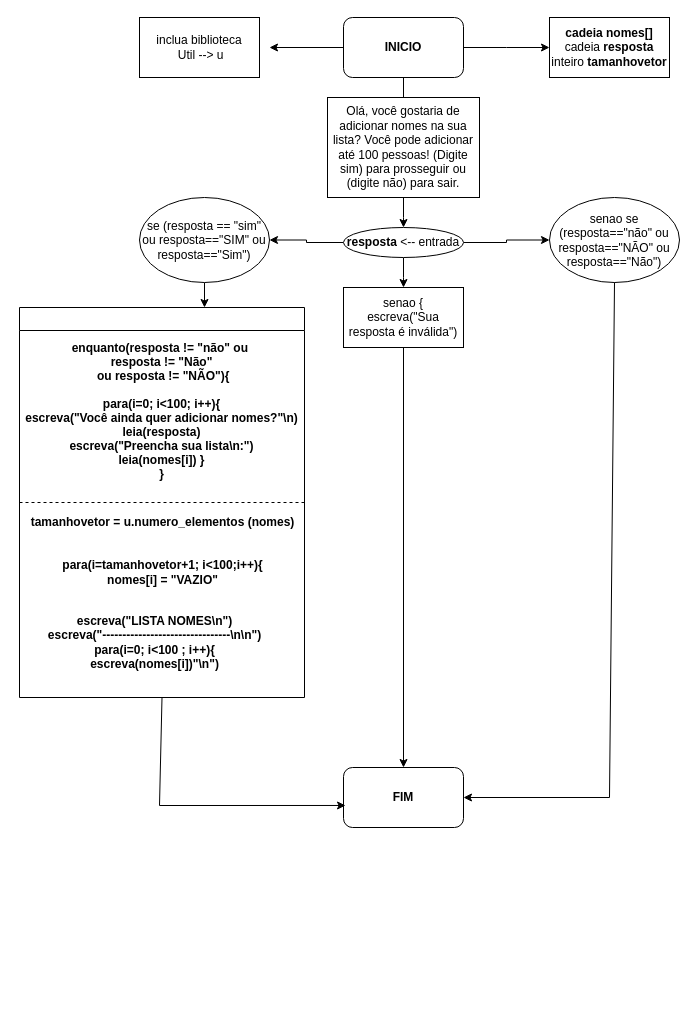
Before: VETOR_lista.drawio in Matheuslbcosta02/diagramas_pdf, a draw.io diagram. Source tidied: cells renumbered, new cells numbered last; positions are measured from the earlier drawing's top-left corner, leaving out a move shared by most shapes. Both pictures are drawn from the tidied source at 100%, with x=0, y=0 at pixel (17, 17).
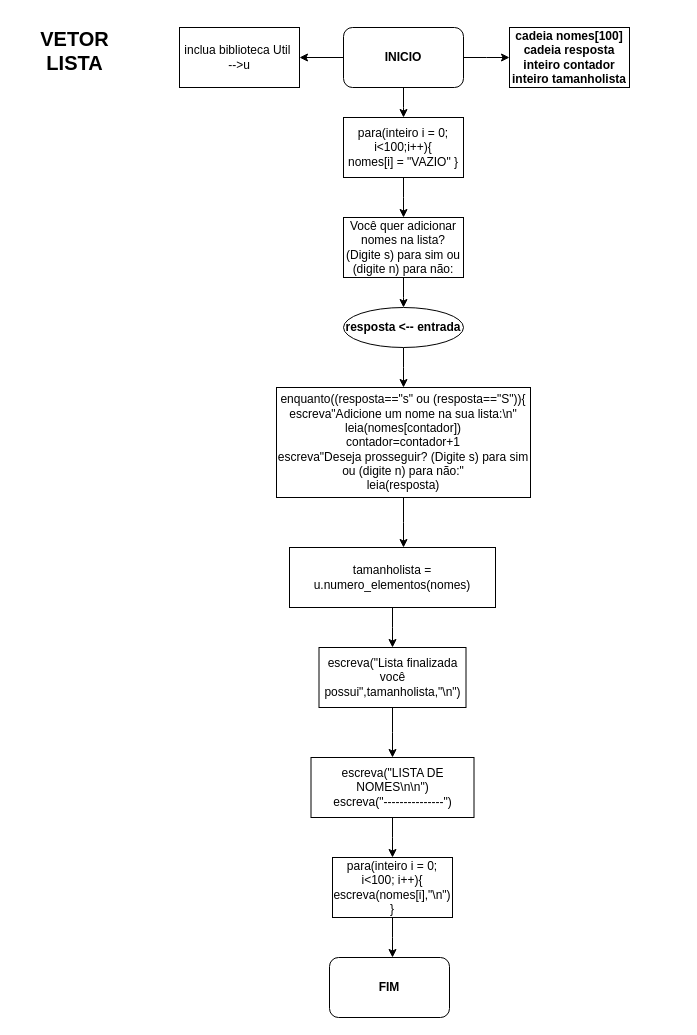
The same page after the edit.

Change to the diagram source:
```diff
@@
-    <mxCell id="2" style="edgeStyle=orthogonalEdgeStyle;rounded=0;jettySize=auto;html=1;" parent="1" edge="1" source="5">
-      <mxGeometry relative="1" as="geometry">
-        <mxPoint x="532" y="30" as="targetPoint" />
-      </mxGeometry>
-    </mxCell>
-    <mxCell id="3" style="edgeStyle=orthogonalEdgeStyle;rounded=0;jettySize=auto;html=1;" parent="1" edge="1" source="5">
-      <mxGeometry relative="1" as="geometry">
-        <mxPoint x="386" y="90" as="targetPoint" />
-      </mxGeometry>
-    </mxCell>
-    <mxCell id="4" style="edgeStyle=orthogonalEdgeStyle;rounded=0;jettySize=auto;html=1;" parent="1" edge="1" source="5">
-      <mxGeometry relative="1" as="geometry">
-        <mxPoint x="252" y="30" as="targetPoint" />
-      </mxGeometry>
-    </mxCell>
+    <mxCell id="27" style="edgeStyle=orthogonalEdgeStyle;rounded=0;jettySize=auto;html=1;" parent="1" edge="1" source="5">
+      <mxGeometry relative="1" as="geometry">
+        <mxPoint x="492" y="40" as="targetPoint" />
+      </mxGeometry>
+    </mxCell>
+    <mxCell id="28" style="edgeStyle=orthogonalEdgeStyle;rounded=0;jettySize=auto;html=1;" parent="1" edge="1" source="5">
+      <mxGeometry relative="1" as="geometry">
+        <mxPoint x="282" y="40" as="targetPoint" />
+      </mxGeometry>
+    </mxCell>
+    <mxCell id="29" style="edgeStyle=orthogonalEdgeStyle;rounded=0;jettySize=auto;html=1;" parent="1" edge="1" source="5">
+      <mxGeometry relative="1" as="geometry">
+        <mxPoint x="386" y="100" as="targetPoint" />
+      </mxGeometry>
+    </mxCell>
     <mxCell id="5" value="&lt;b&gt;INICIO&lt;/b&gt;" style="rounded=1;whiteSpace=wrap;html=1;" parent="1" vertex="1">
-      <mxGeometry x="326" width="120" height="60" as="geometry" />
+      <mxGeometry x="326" y="10" width="120" height="60" as="geometry" />
     </mxCell>
-    <mxCell id="6" value="&lt;b&gt;cadeia nomes[]&lt;/b&gt;&lt;div&gt;cadeia &lt;b&gt;resposta&lt;/b&gt;&lt;/div&gt;&lt;div&gt;inteiro &lt;b&gt;tamanhovetor&lt;/b&gt;&lt;/div&gt;" style="rounded=0;whiteSpace=wrap;html=1;" parent="1" vertex="1">
-      <mxGeometry x="532" width="120" height="60" as="geometry" />
-    </mxCell>
-    <mxCell id="7" style="edgeStyle=orthogonalEdgeStyle;rounded=0;jettySize=auto;html=1;" parent="1" edge="1" source="8">
-      <mxGeometry relative="1" as="geometry">
-        <mxPoint x="386" y="210" as="targetPoint" />
-      </mxGeometry>
-    </mxCell>
-    <mxCell id="8" value="Olá, você gostaria de adicionar nomes na sua lista? Você pode adicionar até 100 pessoas! (Digite sim) para prosseguir ou (digite não) para sair." style="rounded=0;whiteSpace=wrap;html=1;" parent="1" vertex="1">
-      <mxGeometry x="310" y="80" width="152" height="100" as="geometry" />
-    </mxCell>
-    <mxCell id="9" style="edgeStyle=orthogonalEdgeStyle;rounded=0;jettySize=auto;html=1;" parent="1" edge="1" source="10">
-      <mxGeometry relative="1" as="geometry">
-        <mxPoint x="187" y="290" as="targetPoint" />
-      </mxGeometry>
-    </mxCell>
-    <mxCell id="10" value="se (resposta == &quot;sim&quot; ou resposta==&quot;SIM&quot; ou resposta==&quot;Sim&quot;)" style="ellipse;whiteSpace=wrap;html=1;" parent="1" vertex="1">
-      <mxGeometry x="122" y="180" width="130" height="85" as="geometry" />
-    </mxCell>
-    <mxCell id="11" style="edgeStyle=orthogonalEdgeStyle;rounded=0;jettySize=auto;html=1;" parent="1" edge="1" source="14" target="15">
-      <mxGeometry relative="1" as="geometry" />
-    </mxCell>
-    <mxCell id="12" style="edgeStyle=orthogonalEdgeStyle;rounded=0;jettySize=auto;html=1;entryX=1;entryY=0.5;entryDx=0;entryDy=0;" parent="1" edge="1" source="14" target="10">
-      <mxGeometry relative="1" as="geometry" />
-    </mxCell>
-    <mxCell id="13" style="edgeStyle=orthogonalEdgeStyle;rounded=0;jettySize=auto;html=1;" parent="1" edge="1" source="14">
-      <mxGeometry relative="1" as="geometry">
-        <mxPoint x="386" y="270" as="targetPoint" />
-      </mxGeometry>
-    </mxCell>
+    <mxCell id="30" value="&lt;b&gt;cadeia nomes[100]&lt;/b&gt;&lt;div&gt;&lt;b&gt;cadeia resposta&lt;/b&gt;&lt;/div&gt;&lt;div&gt;&lt;b&gt;inteiro contador&lt;/b&gt;&lt;/div&gt;&lt;div&gt;&lt;b&gt;inteiro tamanholista&lt;/b&gt;&lt;/div&gt;" style="rounded=0;whiteSpace=wrap;html=1;" parent="1" vertex="1">
+      <mxGeometry x="492" y="10" width="120" height="60" as="geometry" />
+    </mxCell>
+    <mxCell id="31" value="inclua biblioteca Util&amp;nbsp;&lt;div&gt;--&amp;gt;u&lt;/div&gt;" style="rounded=0;whiteSpace=wrap;html=1;" parent="1" vertex="1">
+      <mxGeometry x="162" y="10" width="120" height="60" as="geometry" />
+    </mxCell>
+    <mxCell id="32" style="edgeStyle=orthogonalEdgeStyle;rounded=0;jettySize=auto;html=1;" parent="1" edge="1" source="33">
+      <mxGeometry relative="1" as="geometry">
+        <mxPoint x="386" y="200" as="targetPoint" />
+      </mxGeometry>
+    </mxCell>
+    <mxCell id="33" value="para(inteiro i = 0; i&amp;lt;100;i++){&lt;div&gt;nomes[i] = &quot;VAZIO&quot; }&lt;/div&gt;" style="rounded=0;whiteSpace=wrap;html=1;" parent="1" vertex="1">
+      <mxGeometry x="326" y="100" width="120" height="60" as="geometry" />
+    </mxCell>
+    <mxCell id="34" style="edgeStyle=orthogonalEdgeStyle;rounded=0;jettySize=auto;html=1;" parent="1" edge="1" source="35">
+      <mxGeometry relative="1" as="geometry">
+        <mxPoint x="386" y="290" as="targetPoint" />
+      </mxGeometry>
+    </mxCell>
+    <mxCell id="35" value="Você quer adicionar nomes na lista? (Digite s) para sim ou (digite n) para não:" style="rounded=0;whiteSpace=wrap;html=1;" parent="1" vertex="1">
+      <mxGeometry x="326" y="200" width="120" height="60" as="geometry" />
+    </mxCell>
+    <mxCell id="36" style="edgeStyle=orthogonalEdgeStyle;rounded=0;jettySize=auto;html=1;" parent="1" edge="1" source="14">
+      <mxGeometry relative="1" as="geometry">
+        <mxPoint x="386" y="370" as="targetPoint" />
+      </mxGeometry>
+    </mxCell>
-    <mxCell id="14" value="&lt;b&gt;resposta &lt;/b&gt;&amp;lt;-- entrada" style="ellipse;whiteSpace=wrap;html=1;" parent="1" vertex="1">
-      <mxGeometry x="326" y="210" width="120" height="30" as="geometry" />
+    <mxCell id="14" value="&lt;b&gt;resposta &amp;lt;-- entrada&lt;/b&gt;" style="ellipse;whiteSpace=wrap;html=1;" parent="1" vertex="1">
+      <mxGeometry x="326" y="290" width="120" height="40" as="geometry" />
     </mxCell>
-    <mxCell id="15" value="senao se (resposta==&quot;não&quot; ou resposta==&quot;NÃO&quot; ou resposta==&quot;Não&quot;)" style="ellipse;whiteSpace=wrap;html=1;" parent="1" vertex="1">
-      <mxGeometry x="532" y="180" width="130" height="85" as="geometry" />
-    </mxCell>
-    <mxCell id="16" style="edgeStyle=orthogonalEdgeStyle;rounded=0;jettySize=auto;html=1;entryX=0.5;entryY=0;entryDx=0;entryDy=0;" parent="1" edge="1" source="17" target="18">
-      <mxGeometry relative="1" as="geometry" />
-    </mxCell>
-    <mxCell id="17" value="senao {&lt;div&gt;escreva(&quot;Sua resposta é inválida&quot;)&lt;/div&gt;" style="rounded=0;whiteSpace=wrap;html=1;" parent="1" vertex="1">
-      <mxGeometry x="326" y="270" width="120" height="60" as="geometry" />
-    </mxCell>
+    <mxCell id="37" style="edgeStyle=orthogonalEdgeStyle;rounded=0;jettySize=auto;html=1;" parent="1" edge="1" source="38">
+      <mxGeometry relative="1" as="geometry">
+        <mxPoint x="386" y="530" as="targetPoint" />
+      </mxGeometry>
+    </mxCell>
+    <mxCell id="38" value="enquanto((resposta==&quot;s&quot; ou (resposta==&quot;S&quot;)){&lt;div&gt;escreva&quot;Adicione um nome na sua lista:\n&quot;&lt;/div&gt;&lt;div&gt;leia(nomes[contador])&lt;/div&gt;&lt;div&gt;contador=contador+1&lt;/div&gt;&lt;div&gt;escreva&quot;Deseja prosseguir? (Digite s) para sim ou (digite n) para não:&quot;&lt;/div&gt;&lt;div&gt;leia(resposta)&lt;/div&gt;" style="rounded=0;whiteSpace=wrap;html=1;" parent="1" vertex="1">
+      <mxGeometry x="259" y="370" width="254" height="110" as="geometry" />
+    </mxCell>
+    <mxCell id="39" style="edgeStyle=orthogonalEdgeStyle;rounded=0;jettySize=auto;html=1;" parent="1" edge="1" source="40">
+      <mxGeometry relative="1" as="geometry">
+        <mxPoint x="375" y="630" as="targetPoint" />
+      </mxGeometry>
+    </mxCell>
+    <mxCell id="40" value="tamanholista = u.numero_elementos(nomes)" style="rounded=0;whiteSpace=wrap;html=1;" parent="1" vertex="1">
+      <mxGeometry x="272" y="530" width="206" height="60" as="geometry" />
+    </mxCell>
+    <mxCell id="41" style="edgeStyle=orthogonalEdgeStyle;rounded=0;jettySize=auto;html=1;" parent="1" edge="1" source="42">
+      <mxGeometry relative="1" as="geometry">
+        <mxPoint x="375" y="740" as="targetPoint" />
+      </mxGeometry>
+    </mxCell>
+    <mxCell id="42" value="escreva(&quot;Lista finalizada você possui&quot;,tamanholista,&quot;\n&quot;)" style="rounded=0;whiteSpace=wrap;html=1;" parent="1" vertex="1">
+      <mxGeometry x="301.5" y="630" width="147" height="60" as="geometry" />
+    </mxCell>
+    <mxCell id="43" style="edgeStyle=orthogonalEdgeStyle;rounded=0;jettySize=auto;html=1;" parent="1" edge="1" source="44">
+      <mxGeometry relative="1" as="geometry">
+        <mxPoint x="375" y="840" as="targetPoint" />
+      </mxGeometry>
+    </mxCell>
+    <mxCell id="44" value="escreva(&quot;LISTA DE NOMES\n\n&quot;)&lt;div&gt;escreva(&quot;---------------&quot;)&lt;/div&gt;" style="rounded=0;whiteSpace=wrap;html=1;" parent="1" vertex="1">
+      <mxGeometry x="293.5" y="740" width="163" height="60" as="geometry" />
+    </mxCell>
+    <mxCell id="45" style="edgeStyle=orthogonalEdgeStyle;rounded=0;jettySize=auto;html=1;" parent="1" edge="1" source="46">
+      <mxGeometry relative="1" as="geometry">
+        <mxPoint x="375" y="940" as="targetPoint" />
+      </mxGeometry>
+    </mxCell>
+    <mxCell id="46" value="para(inteiro i = 0; i&amp;lt;100; i++){&lt;div&gt;escreva(nomes[i],&quot;\n&quot;)&lt;/div&gt;&lt;div&gt;}&lt;/div&gt;" style="rounded=0;whiteSpace=wrap;html=1;" parent="1" vertex="1">
+      <mxGeometry x="315" y="840" width="120" height="60" as="geometry" />
+    </mxCell>
     <mxCell id="18" value="&lt;b&gt;FIM&lt;/b&gt;" style="rounded=1;whiteSpace=wrap;html=1;" parent="1" vertex="1">
-      <mxGeometry x="326" y="750" width="120" height="60" as="geometry" />
+      <mxGeometry x="312" y="940" width="120" height="60" as="geometry" />
     </mxCell>
-    <mxCell id="19" value="&#10;&#10;&#10;&#10;&#10;&#10;&#10;&#10;&#10;&#10;&#10;&#10;&#10;&#10;enquanto(resposta != &quot;não&quot; ou &#10;resposta != &quot;Não&quot;&#10; ou resposta != &quot;NÃO&quot;){&#10;&#10;para(i=0; i&lt;100; i++){&#10;escreva(&quot;Você ainda quer adicionar nomes?&quot;\n)&#10;leia(resposta)&#10;escreva(&quot;Preencha sua lista\n:&quot;)&#10;leia(nomes[i]) }&#10;}&#10;" style="swimlane;" parent="1" vertex="1">
-      <mxGeometry x="2" y="290" width="285" height="390" as="geometry" />
-    </mxCell>
-    <mxCell id="20" value="&lt;b&gt;tamanhovetor = u.numero_elementos (nomes)&lt;/b&gt;" style="text;html=1;align=center;verticalAlign=middle;strokeColor=none;fillColor=none;" parent="19" vertex="1">
-      <mxGeometry x="-2.5" y="200" width="290" height="30" as="geometry" />
-    </mxCell>
-    <mxCell id="21" value="&lt;b&gt;para(i=tamanhovetor+1; i&amp;lt;100;i++){&lt;/b&gt;&lt;div&gt;&lt;b&gt;nomes[i] = &quot;VAZIO&quot;&lt;/b&gt;&lt;/div&gt;" style="text;html=1;align=center;verticalAlign=middle;strokeColor=none;fillColor=none;" parent="19" vertex="1">
-      <mxGeometry x="32.5" y="245" width="220" height="40" as="geometry" />
-    </mxCell>
-    <mxCell id="22" value="&lt;b&gt;escreva(&quot;LISTA NOMES\n&quot;)&lt;/b&gt;&lt;div&gt;&lt;b&gt;escreva(&quot;--------------------------------\n\n&quot;)&lt;/b&gt;&lt;/div&gt;&lt;div&gt;&lt;b&gt;para(i=0; i&amp;lt;100 ; i++){&lt;/b&gt;&lt;/div&gt;&lt;div&gt;&lt;b&gt;escreva(nomes[i])&quot;\n&quot;)&lt;/b&gt;&lt;/div&gt;" style="text;html=1;align=center;verticalAlign=middle;strokeColor=none;fillColor=none;" parent="19" vertex="1">
-      <mxGeometry x="15" y="300" width="240" height="70" as="geometry" />
-    </mxCell>
-    <mxCell id="23" value="inclua biblioteca&lt;div&gt;&amp;nbsp;Util --&amp;gt; u&lt;/div&gt;" style="rounded=0;whiteSpace=wrap;html=1;" parent="1" vertex="1">
-      <mxGeometry x="122" width="120" height="60" as="geometry" />
-    </mxCell>
-    <mxCell id="24" style="endArrow=none;dashed=1;html=1;rounded=0;exitX=0;exitY=0.5;exitDx=0;exitDy=0;entryX=1;entryY=0.5;entryDx=0;entryDy=0;" parent="1" edge="1" source="19" target="19">
-      <mxGeometry relative="1" as="geometry" />
-    </mxCell>
-    <mxCell id="25" style="endArrow=classic;html=1;rounded=0;exitX=0.5;exitY=1;exitDx=0;exitDy=0;entryX=0.017;entryY=0.633;entryDx=0;entryDy=0;entryPerimeter=0;" parent="1" edge="1" source="19" target="18">
-      <mxGeometry relative="1" as="geometry">
-        <Array as="points">
-          <mxPoint x="142" y="788" />
-        </Array>
-      </mxGeometry>
-    </mxCell>
-    <mxCell id="26" style="endArrow=classic;html=1;rounded=0;exitX=0.5;exitY=1;exitDx=0;exitDy=0;entryX=1;entryY=0.5;entryDx=0;entryDy=0;" parent="1" edge="1" source="15" target="18">
-      <mxGeometry relative="1" as="geometry">
-        <Array as="points">
-          <mxPoint x="592" y="780" />
-        </Array>
-      </mxGeometry>
-    </mxCell>
+    <mxCell id="47" value="&lt;b&gt;&lt;font style=&quot;font-size: 20px;&quot;&gt;VETOR&lt;/font&gt;&lt;/b&gt;&lt;div&gt;&lt;b&gt;&lt;font style=&quot;font-size: 20px;&quot;&gt;LISTA&lt;/font&gt;&lt;/b&gt;&lt;/div&gt;" style="text;html=1;align=center;verticalAlign=middle;strokeColor=none;fillColor=none;" parent="1" vertex="1">
+      <mxGeometry x="12" y="3" width="90" height="60" as="geometry" />
+    </mxCell>
```
